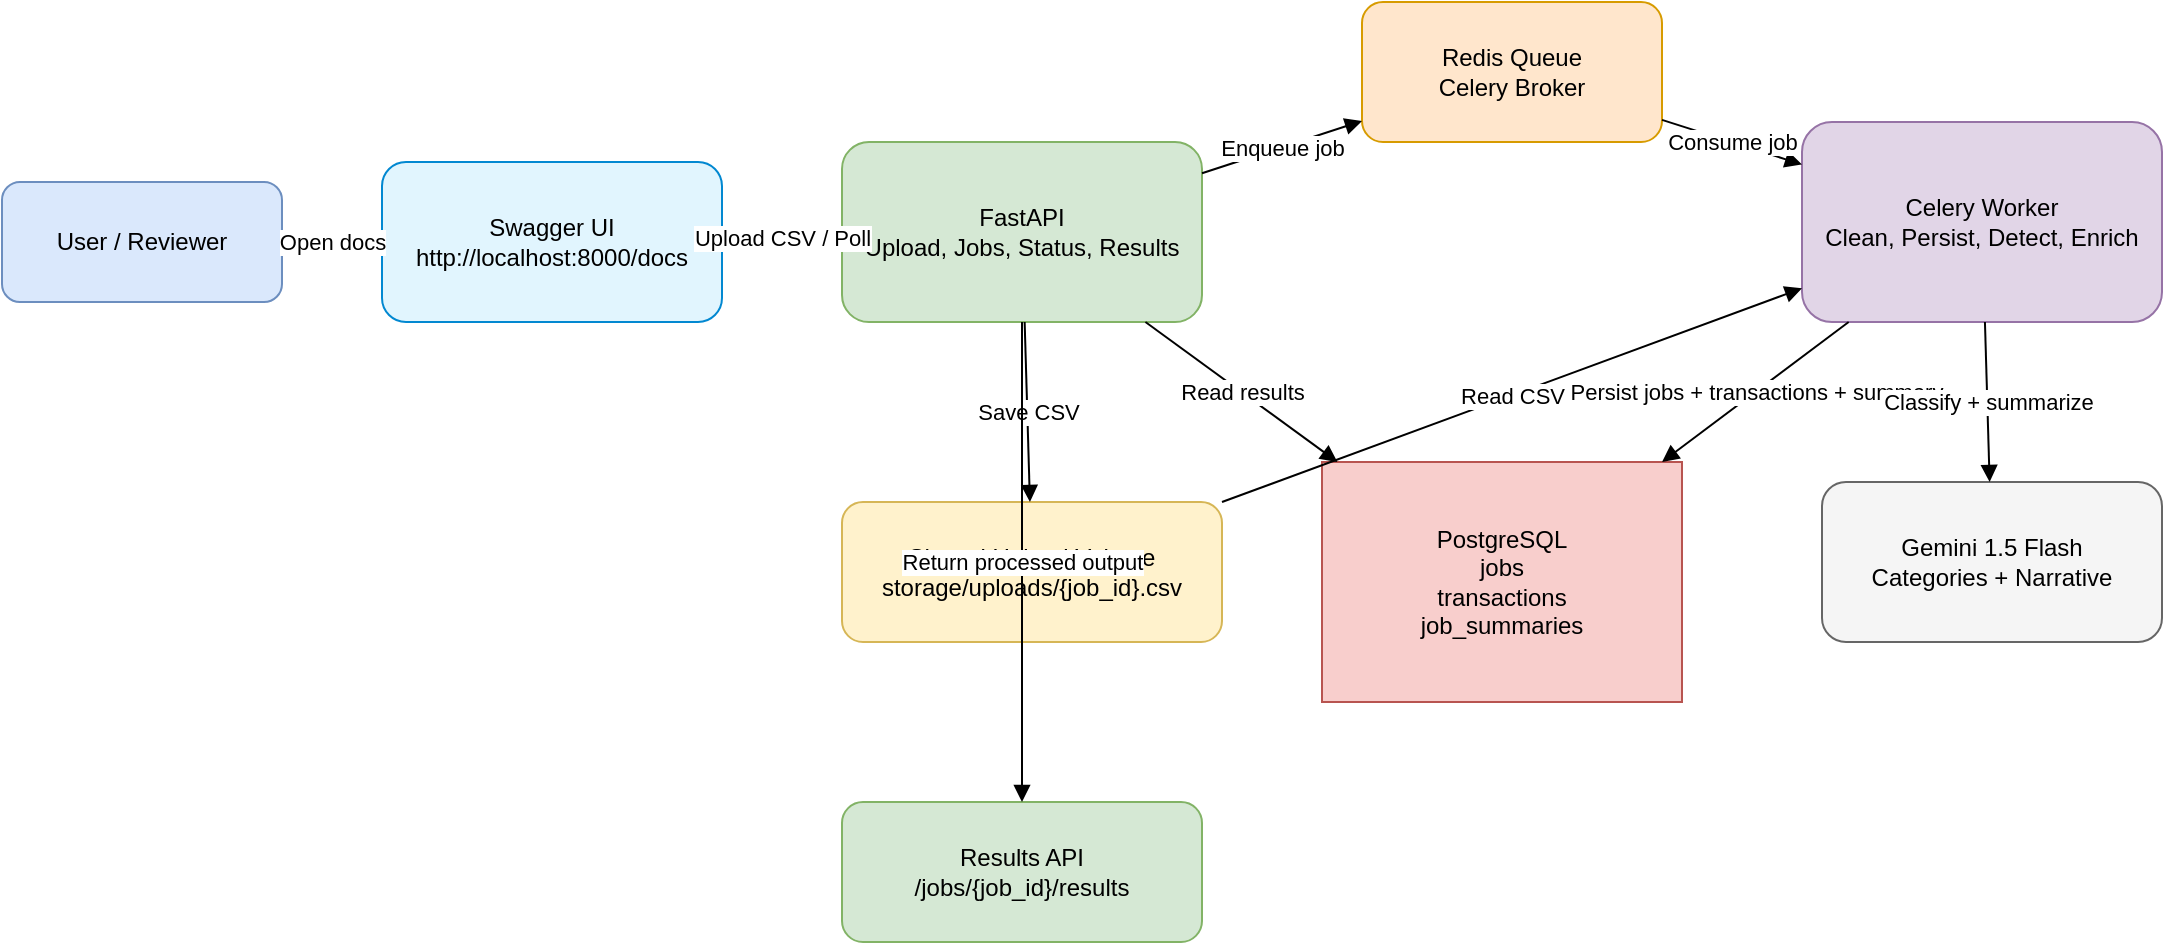
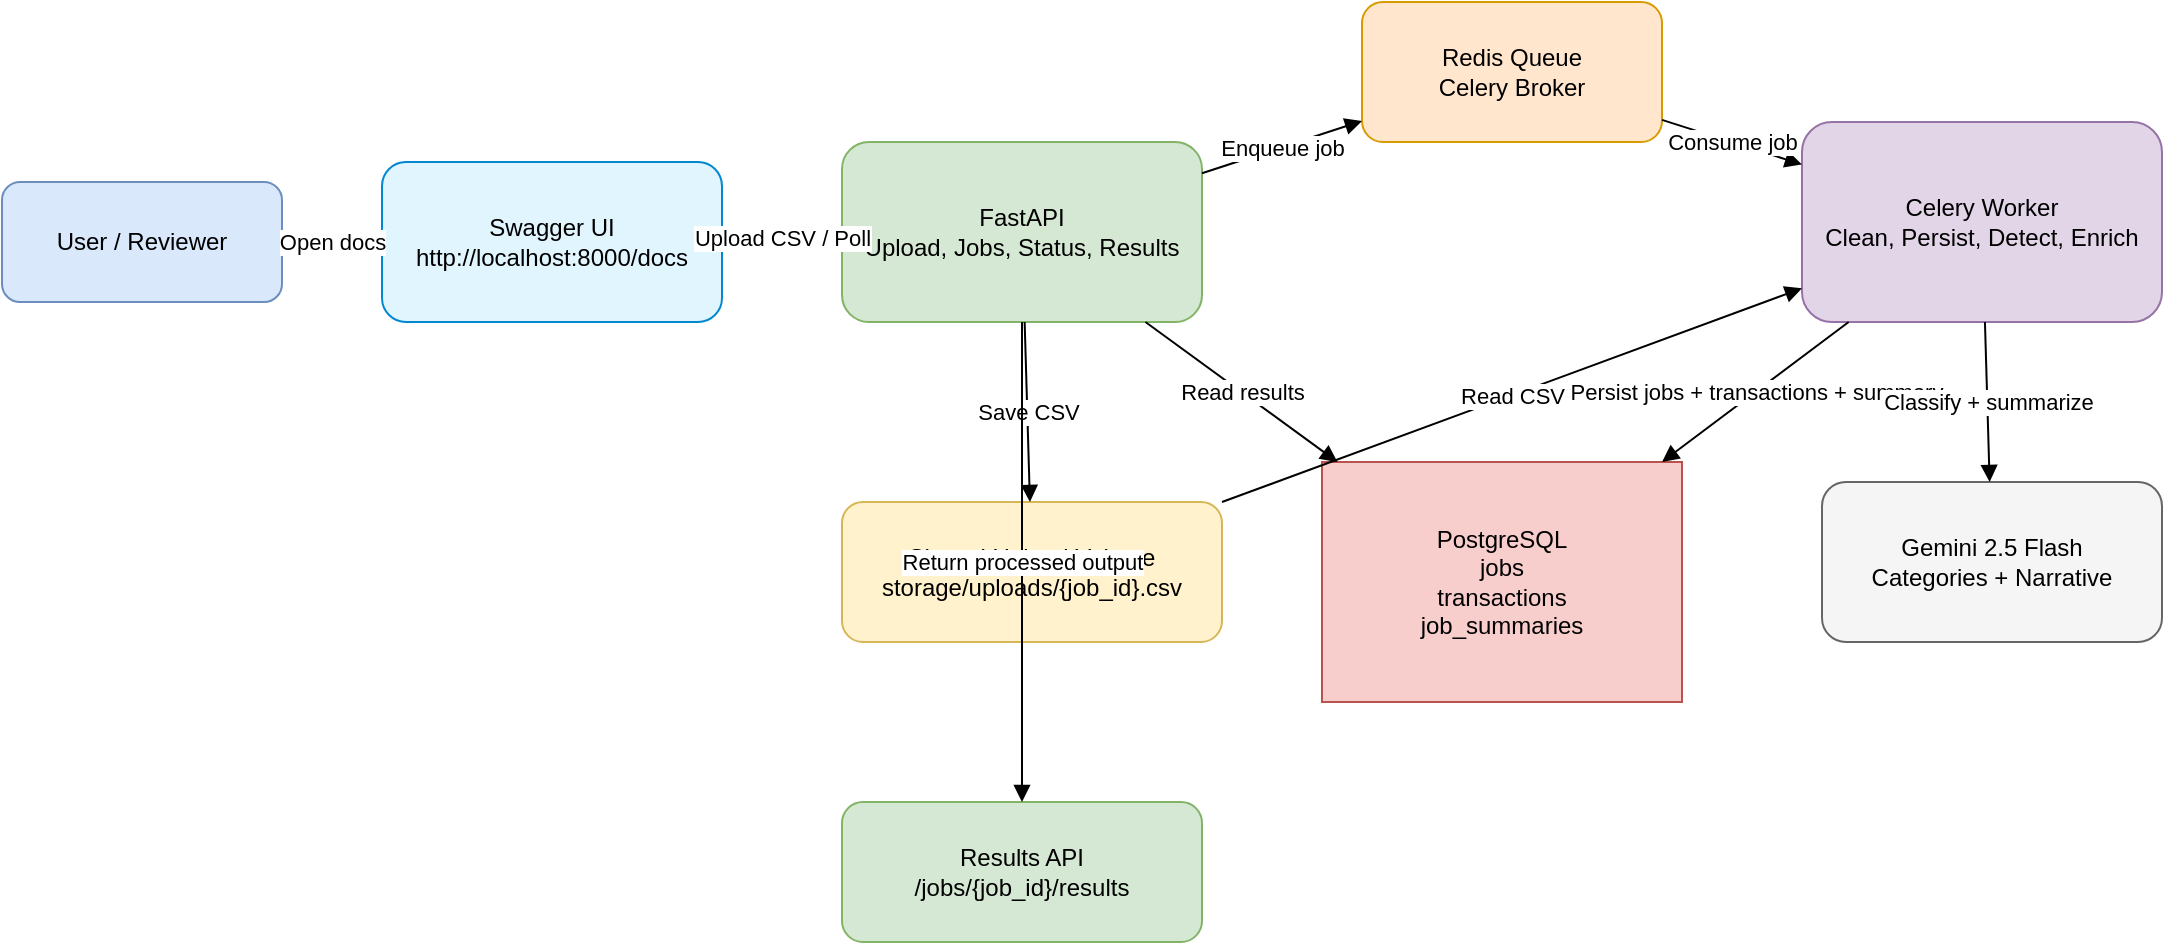
<mxfile host="app.diagrams.net">
  <diagram name="TransactIQ Architecture">
    <mxGraphModel dx="1280" dy="720" grid="1" gridSize="10" guides="1" tooltips="1" connect="1" arrows="1" fold="1" page="1" pageScale="1" pageWidth="1169" pageHeight="827" math="0" shadow="0">
      <root>
        <mxCell id="0"/>
        <mxCell id="1" parent="0"/>
        <mxCell id="user" value="User / Reviewer" style="rounded=1;whiteSpace=wrap;html=1;fillColor=#dae8fc;strokeColor=#6c8ebf;" vertex="1" parent="1">
          <mxGeometry x="40" y="170" width="140" height="60" as="geometry"/>
        </mxCell>
        <mxCell id="swagger" value="Swagger UI&#xa;http://localhost:8000/docs" style="rounded=1;whiteSpace=wrap;html=1;fillColor=#e1f5fe;strokeColor=#0288d1;" vertex="1" parent="1">
          <mxGeometry x="230" y="160" width="170" height="80" as="geometry"/>
        </mxCell>
        <mxCell id="api" value="FastAPI&#xa;Upload, Jobs, Status, Results" style="rounded=1;whiteSpace=wrap;html=1;fillColor=#d5e8d4;strokeColor=#82b366;" vertex="1" parent="1">
          <mxGeometry x="460" y="150" width="180" height="90" as="geometry"/>
        </mxCell>
        <mxCell id="redis" value="Redis Queue&#xa;Celery Broker" style="rounded=1;whiteSpace=wrap;html=1;fillColor=#ffe6cc;strokeColor=#d79b00;" vertex="1" parent="1">
          <mxGeometry x="720" y="80" width="150" height="70" as="geometry"/>
        </mxCell>
        <mxCell id="worker" value="Celery Worker&#xa;Clean, Persist, Detect, Enrich" style="rounded=1;whiteSpace=wrap;html=1;fillColor=#e1d5e7;strokeColor=#9673a6;" vertex="1" parent="1">
          <mxGeometry x="940" y="140" width="180" height="100" as="geometry"/>
        </mxCell>
        <mxCell id="postgres" value="PostgreSQL&#xa;jobs&#xa;transactions&#xa;job_summaries" style="shape=cylinder3d;whiteSpace=wrap;html=1;boundedLbl=1;backgroundOutline=1;size=15;fillColor=#f8cecc;strokeColor=#b85450;" vertex="1" parent="1">
          <mxGeometry x="700" y="310" width="180" height="120" as="geometry"/>
        </mxCell>
-         <mxCell id="gemini" value="Gemini 1.5 Flash&#xa;Categories + Narrative" style="rounded=1;whiteSpace=wrap;html=1;fillColor=#f5f5f5;strokeColor=#666666;" vertex="1" parent="1">
+         <mxCell id="gemini" value="Gemini 2.5 Flash&#xa;Categories + Narrative" style="rounded=1;whiteSpace=wrap;html=1;fillColor=#f5f5f5;strokeColor=#666666;" vertex="1" parent="1">
          <mxGeometry x="950" y="320" width="170" height="80" as="geometry"/>
        </mxCell>
        <mxCell id="storage" value="Shared Upload Volume&#xa;storage/uploads/{job_id}.csv" style="rounded=1;whiteSpace=wrap;html=1;fillColor=#fff2cc;strokeColor=#d6b656;" vertex="1" parent="1">
          <mxGeometry x="460" y="330" width="190" height="70" as="geometry"/>
        </mxCell>
        <mxCell id="results" value="Results API&#xa;/jobs/{job_id}/results" style="rounded=1;whiteSpace=wrap;html=1;fillColor=#d5e8d4;strokeColor=#82b366;" vertex="1" parent="1">
          <mxGeometry x="460" y="480" width="180" height="70" as="geometry"/>
        </mxCell>
        <mxCell id="e1" value="Open docs" style="endArrow=block;html=1;rounded=0;" edge="1" parent="1" source="user" target="swagger">
          <mxGeometry relative="1" as="geometry"/>
        </mxCell>
        <mxCell id="e2" value="Upload CSV / Poll" style="endArrow=block;html=1;rounded=0;" edge="1" parent="1" source="swagger" target="api">
          <mxGeometry relative="1" as="geometry"/>
        </mxCell>
        <mxCell id="e3" value="Enqueue job" style="endArrow=block;html=1;rounded=0;" edge="1" parent="1" source="api" target="redis">
          <mxGeometry relative="1" as="geometry"/>
        </mxCell>
        <mxCell id="e4" value="Consume job" style="endArrow=block;html=1;rounded=0;" edge="1" parent="1" source="redis" target="worker">
          <mxGeometry relative="1" as="geometry"/>
        </mxCell>
        <mxCell id="e5" value="Save CSV" style="endArrow=block;html=1;rounded=0;" edge="1" parent="1" source="api" target="storage">
          <mxGeometry relative="1" as="geometry"/>
        </mxCell>
        <mxCell id="e6" value="Read CSV" style="endArrow=block;html=1;rounded=0;" edge="1" parent="1" source="storage" target="worker">
          <mxGeometry relative="1" as="geometry"/>
        </mxCell>
        <mxCell id="e7" value="Persist jobs + transactions + summary" style="endArrow=block;html=1;rounded=0;" edge="1" parent="1" source="worker" target="postgres">
          <mxGeometry relative="1" as="geometry"/>
        </mxCell>
        <mxCell id="e8" value="Classify + summarize" style="endArrow=block;html=1;rounded=0;" edge="1" parent="1" source="worker" target="gemini">
          <mxGeometry relative="1" as="geometry"/>
        </mxCell>
        <mxCell id="e9" value="Read results" style="endArrow=block;html=1;rounded=0;" edge="1" parent="1" source="api" target="postgres">
          <mxGeometry relative="1" as="geometry"/>
        </mxCell>
        <mxCell id="e10" value="Return processed output" style="endArrow=block;html=1;rounded=0;" edge="1" parent="1" source="api" target="results">
          <mxGeometry relative="1" as="geometry"/>
        </mxCell>
      </root>
    </mxGraphModel>
  </diagram>
</mxfile>
